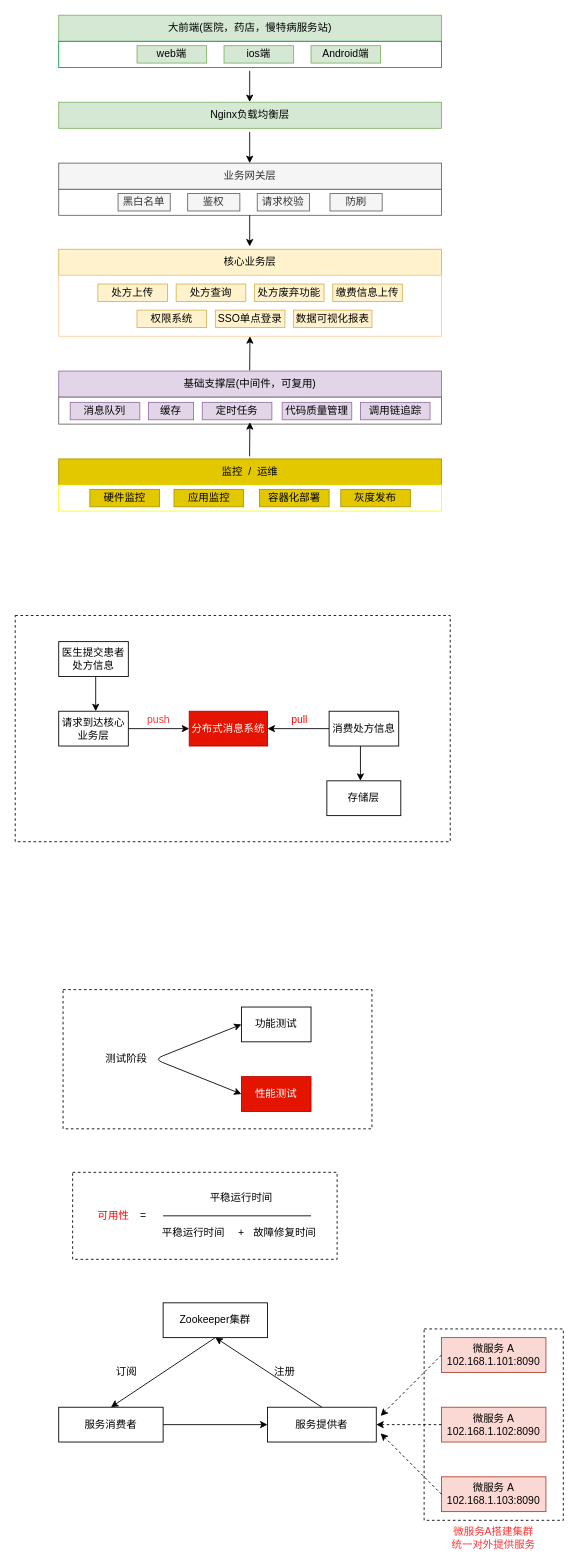
The draw.io diagram 处方流转架构设计.drawio in chenrushui/draw, before the edit. Source tidied: cells renumbered, new cells numbered last; positions are measured from the earlier drawing's top-left corner, leaving out a move shared by most shapes. Both pictures are drawn from the tidied source at 87%, with x=0, y=0 at pixel (15, 15).
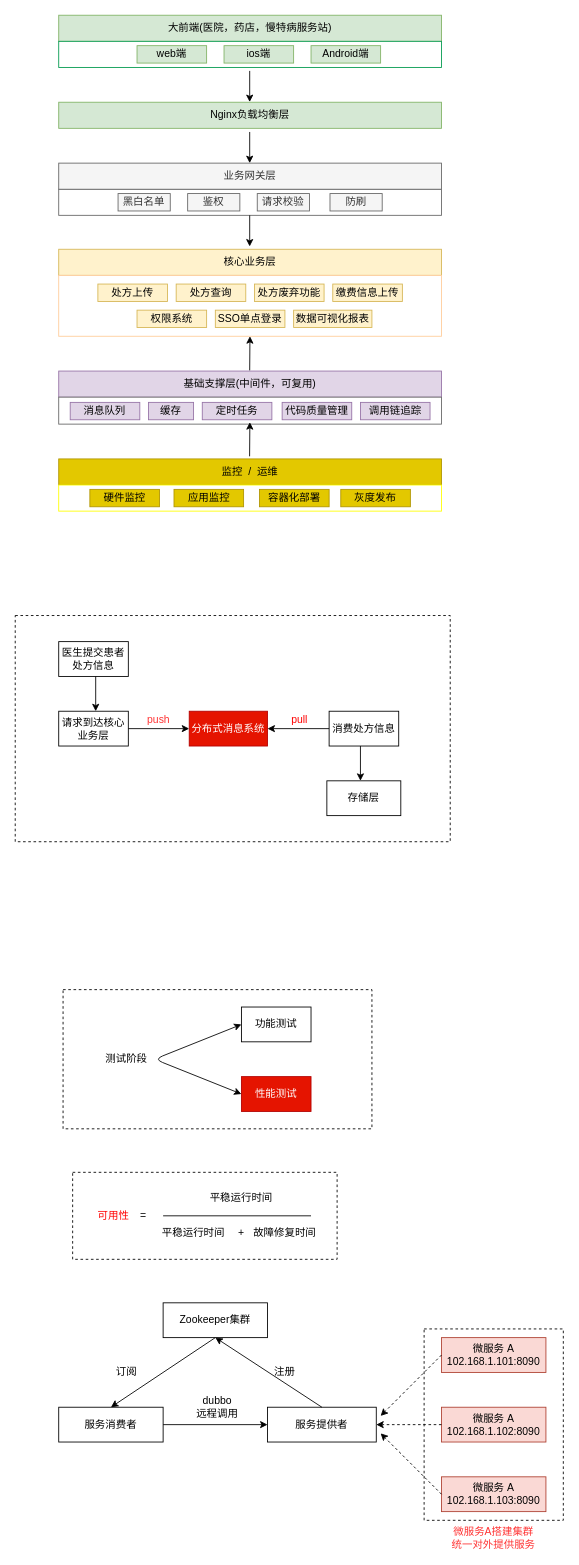
The same diagram, later.

Commit message:
处方流转架构设计.drawio

Diff of the diagram source:
```diff
@@
+    <mxCell id="82" value="dubbo&lt;br&gt;远程调用" style="text;html=1;strokeColor=none;fillColor=none;align=center;verticalAlign=middle;whiteSpace=wrap;rounded=0;" parent="1" vertex="1">
+      <mxGeometry x="205" y="1590" width="55" height="20" as="geometry" />
+    </mxCell>
```
